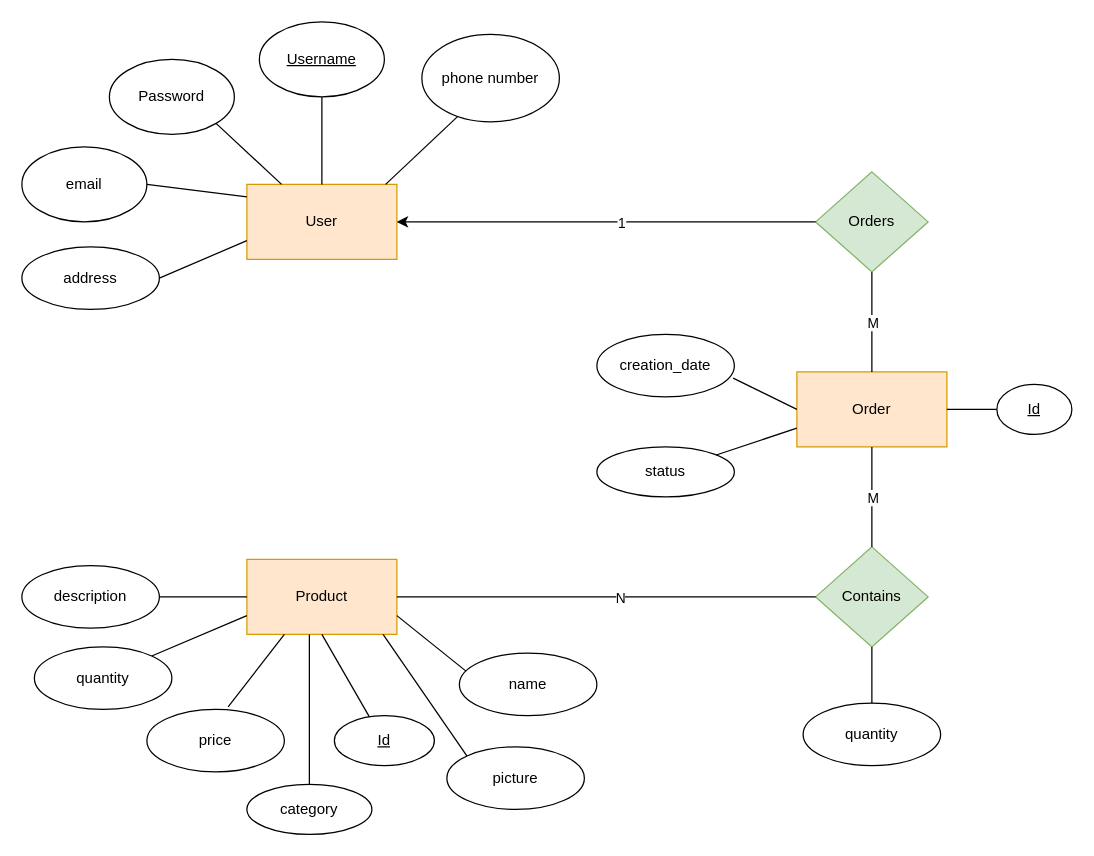
ETomi24/Webshop-backend keeps this draw.io diagram as Docs/webshop-adatmodell.drawio. Above is the earlier version. Source tidied: cells renumbered, new cells numbered last; positions are measured from the earlier drawing's top-left corner, leaving out a move shared by most shapes. Both pictures are drawn from the tidied source at 125%, with x=0, y=0 at pixel (21, 21).
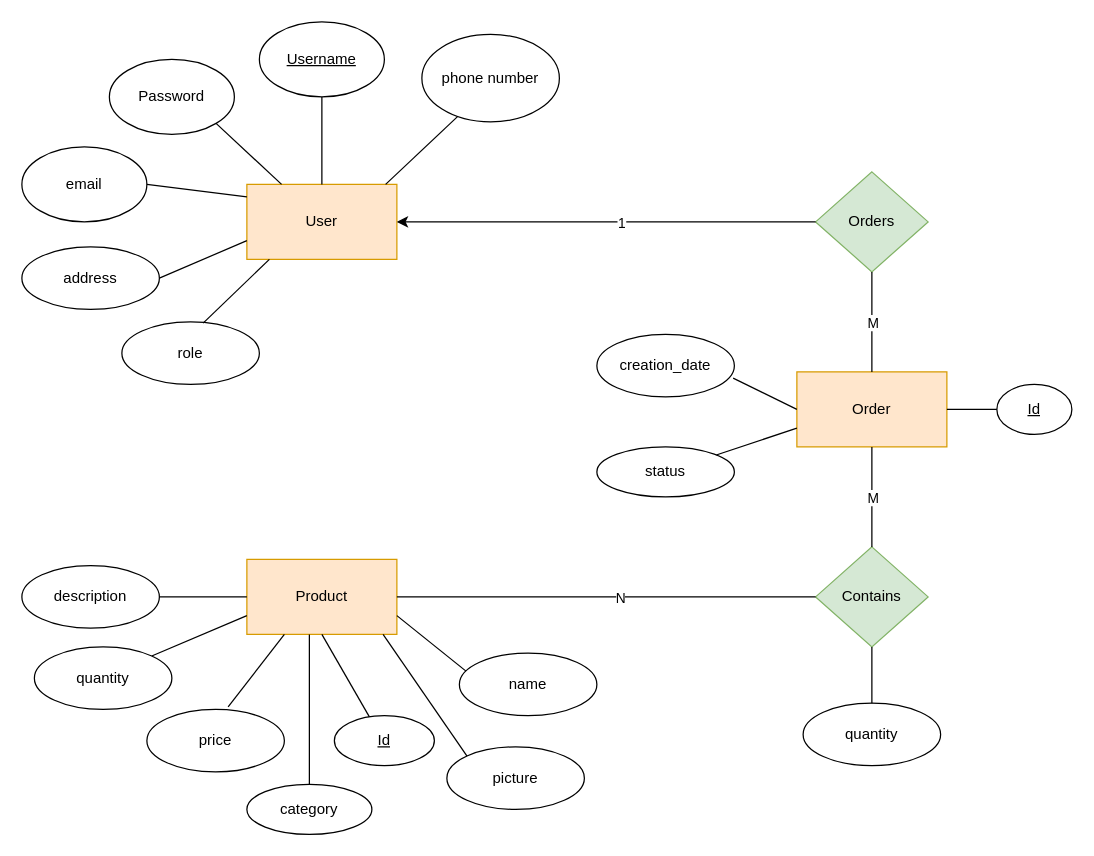
After the change.

Unchanged cells that the change refers to:
```xml
<mxCell id="2" value="User" style="rounded=0;whiteSpace=wrap;html=1;fillColor=#ffe6cc;strokeColor=#d79b00;" parent="1" vertex="1">
  <mxGeometry x="180" y="130" width="120" height="60" as="geometry" />
</mxCell>
```

What changed in the source:
```diff
@@
+    <mxCell id="47" value="role" style="ellipse;whiteSpace=wrap;html=1;" parent="1" vertex="1">
+      <mxGeometry x="80" y="240" width="110" height="50" as="geometry" />
+    </mxCell>
+    <mxCell id="48" style="endArrow=none;html=1;rounded=0;exitX=0.15;exitY=1;exitDx=0;exitDy=0;entryX=0.591;entryY=0.02;entryDx=0;entryDy=0;entryPerimeter=0;exitPerimeter=0;" parent="1" edge="1" source="2" target="47">
+      <mxGeometry relative="1" as="geometry" />
+    </mxCell>
```
